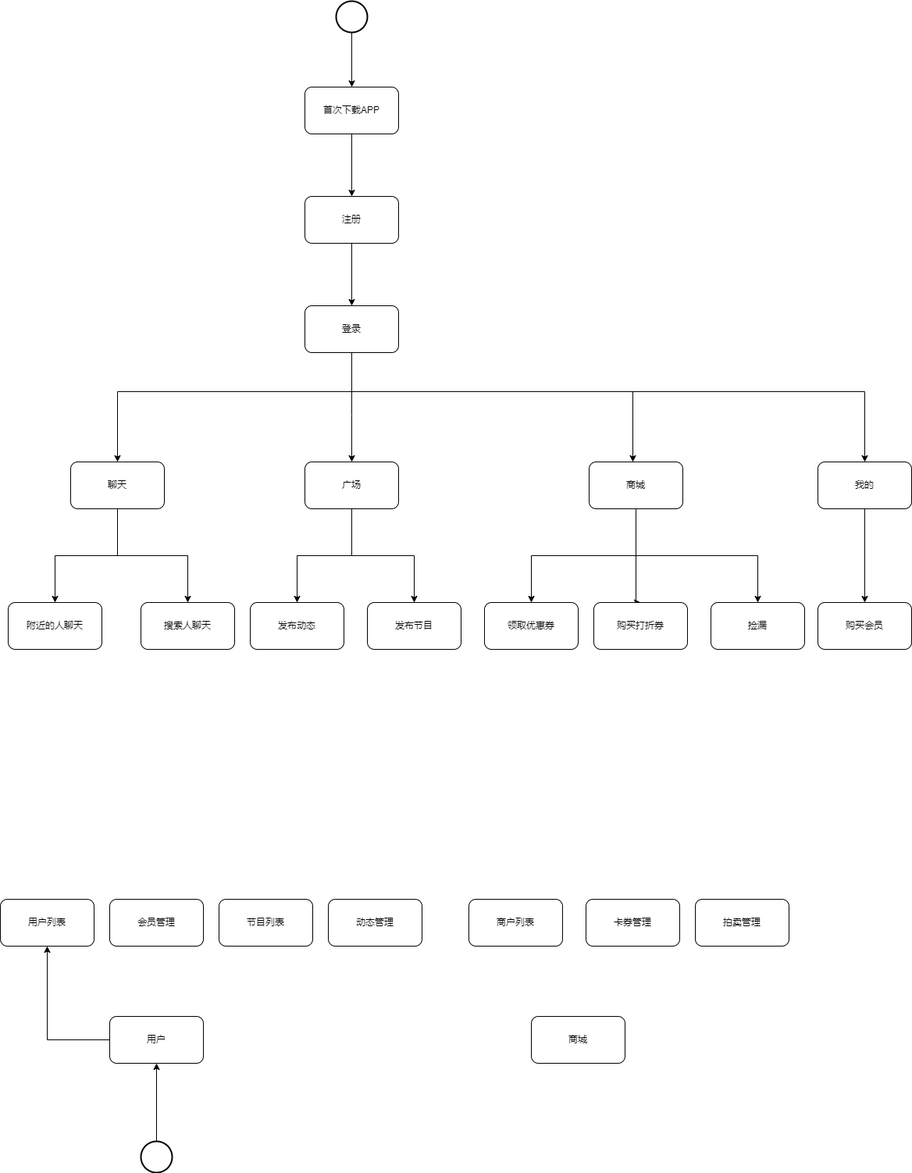
Earlier version of the draw.io export Untitled Diagram.drawio.png (suibianlx/business_architect). Source tidied: cells renumbered, new cells last; positions are measured from the earlier drawing's top-left corner, leaving out a move shared by most shapes.
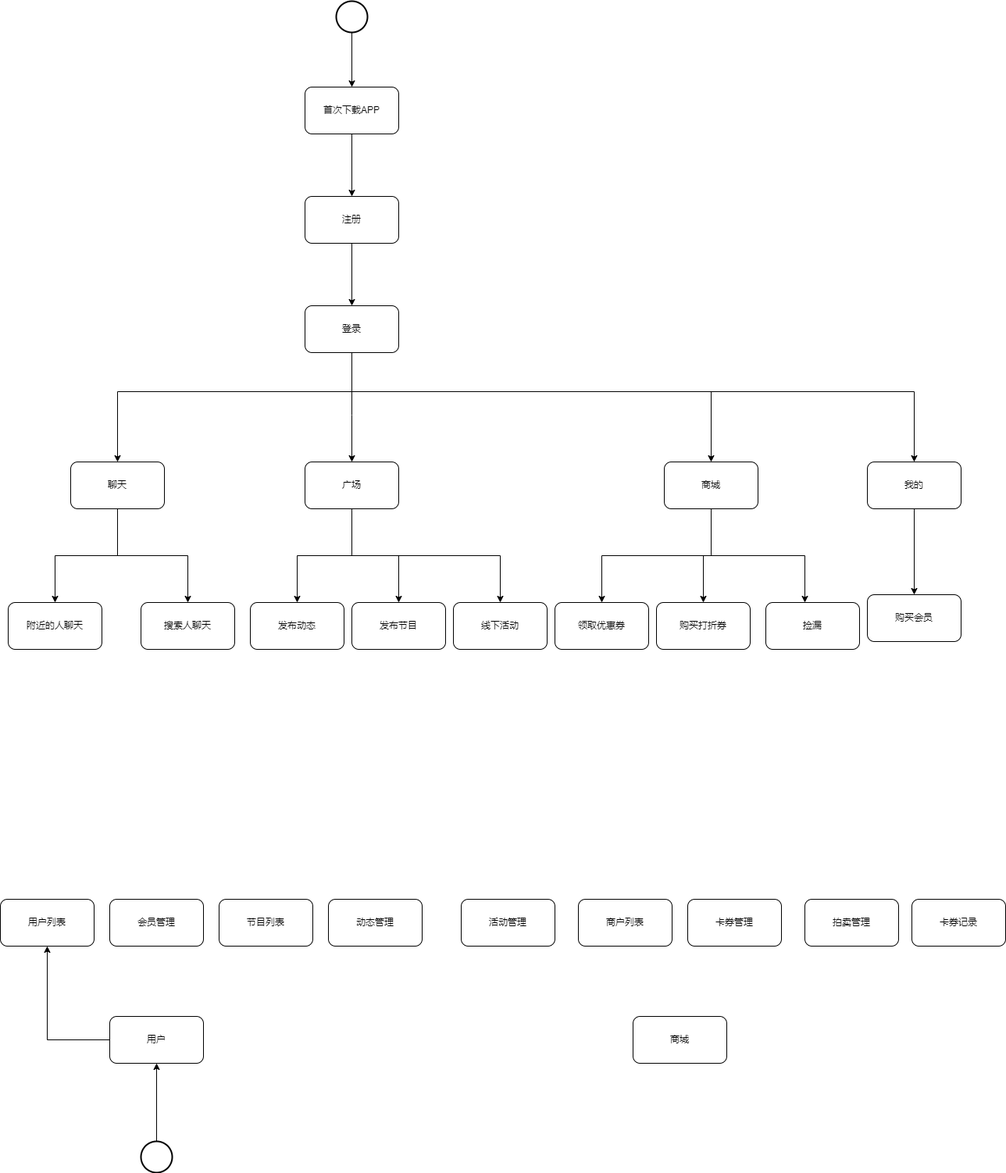
Above is the later version.

Change to the diagram source:
```diff
@@ -32,7 +32,7 @@
       <mxGeometry relative="1" as="geometry">
         <Array as="points">
           <mxPoint x="450" y="500" />
-          <mxPoint x="810" y="500" />
+          <mxPoint x="910" y="500" />
         </Array>
       </mxGeometry>
     </mxCell>
@@ -48,7 +48,7 @@
       <mxGeometry relative="1" as="geometry">
         <Array as="points">
           <mxPoint x="450" y="500" />
-          <mxPoint x="1107" y="500" />
+          <mxPoint x="1170" y="500" />
         </Array>
       </mxGeometry>
     </mxCell>
@@ -67,40 +67,44 @@
     <mxCell id="16" style="edgeStyle=orthogonalEdgeStyle;rounded=0;jettySize=auto;html=1;entryX=0.5;entryY=0;entryDx=0;entryDy=0;" parent="1" edge="1" source="17" target="28">
       <mxGeometry relative="1" as="geometry" />
     </mxCell>
+    <mxCell id="45" style="edgeStyle=orthogonalEdgeStyle;rounded=0;jettySize=auto;html=1;entryX=0.5;entryY=0;entryDx=0;entryDy=0;" parent="1" edge="1" source="17" target="48">
+      <mxGeometry relative="1" as="geometry">
+        <Array as="points">
+          <mxPoint x="450" y="710" />
+          <mxPoint x="640" y="710" />
+        </Array>
+      </mxGeometry>
+    </mxCell>
     <mxCell id="17" value="广场" style="rounded=1;whiteSpace=wrap;html=1;" parent="1" vertex="1">
       <mxGeometry x="390" y="590" width="120" height="60" as="geometry" />
     </mxCell>
+    <mxCell id="20" style="edgeStyle=orthogonalEdgeStyle;rounded=0;jettySize=auto;html=1;" parent="1" edge="1" source="21" target="29">
+      <mxGeometry relative="1" as="geometry">
+        <Array as="points">
+          <mxPoint x="910" y="710" />
+          <mxPoint x="1030" y="710" />
+        </Array>
+      </mxGeometry>
+    </mxCell>
+    <mxCell id="19" style="edgeStyle=orthogonalEdgeStyle;rounded=0;jettySize=auto;html=1;" parent="1" edge="1" source="21" target="23">
+      <mxGeometry relative="1" as="geometry" />
+    </mxCell>
-    <mxCell id="18" style="edgeStyle=orthogonalEdgeStyle;rounded=0;jettySize=auto;html=1;entryX=0.5;entryY=0;entryDx=0;entryDy=0;" parent="1" edge="1" source="21" target="22">
+    <mxCell id="18" style="edgeStyle=orthogonalEdgeStyle;rounded=0;jettySize=auto;html=1;" parent="1" edge="1" source="21" target="22">
       <mxGeometry relative="1" as="geometry">
         <Array as="points">
-          <mxPoint x="814" y="710" />
-          <mxPoint x="680" y="710" />
+          <mxPoint x="910" y="710" />
+          <mxPoint x="770" y="710" />
         </Array>
       </mxGeometry>
     </mxCell>
-    <mxCell id="19" style="edgeStyle=orthogonalEdgeStyle;rounded=0;jettySize=auto;html=1;entryX=0.5;entryY=0;entryDx=0;entryDy=0;" parent="1" edge="1" source="21" target="23">
-      <mxGeometry relative="1" as="geometry">
-        <Array as="points">
-          <mxPoint x="814" y="770" />
-        </Array>
-      </mxGeometry>
-    </mxCell>
-    <mxCell id="20" style="edgeStyle=orthogonalEdgeStyle;rounded=0;jettySize=auto;html=1;" parent="1" edge="1" source="21" target="29">
-      <mxGeometry relative="1" as="geometry">
-        <Array as="points">
-          <mxPoint x="814" y="710" />
-          <mxPoint x="970" y="710" />
-        </Array>
-      </mxGeometry>
-    </mxCell>
     <mxCell id="21" value="商城" style="rounded=1;whiteSpace=wrap;html=1;" parent="1" vertex="1">
-      <mxGeometry x="754" y="590" width="120" height="60" as="geometry" />
+      <mxGeometry x="850" y="590" width="120" height="60" as="geometry" />
     </mxCell>
     <mxCell id="22" value="领取优惠券" style="rounded=1;whiteSpace=wrap;html=1;" parent="1" vertex="1">
-      <mxGeometry x="620" y="770" width="120" height="60" as="geometry" />
+      <mxGeometry x="710" y="770" width="120" height="60" as="geometry" />
     </mxCell>
     <mxCell id="23" value="购买打折券" style="rounded=1;whiteSpace=wrap;html=1;" parent="1" vertex="1">
-      <mxGeometry x="760" y="770" width="120" height="60" as="geometry" />
+      <mxGeometry x="840" y="770" width="120" height="60" as="geometry" />
     </mxCell>
     <mxCell id="24" style="edgeStyle=orthogonalEdgeStyle;rounded=0;jettySize=auto;html=1;entryX=0.5;entryY=0;entryDx=0;entryDy=0;" parent="1" edge="1" source="26" target="13">
       <mxGeometry relative="1" as="geometry" />
@@ -115,19 +119,19 @@
       <mxGeometry x="320" y="770" width="120" height="60" as="geometry" />
     </mxCell>
     <mxCell id="28" value="发布节目" style="rounded=1;whiteSpace=wrap;html=1;" parent="1" vertex="1">
-      <mxGeometry x="470" y="770" width="120" height="60" as="geometry" />
+      <mxGeometry x="450" y="770" width="120" height="60" as="geometry" />
     </mxCell>
     <mxCell id="29" value="捡漏" style="rounded=1;whiteSpace=wrap;html=1;" parent="1" vertex="1">
-      <mxGeometry x="910" y="770" width="120" height="60" as="geometry" />
+      <mxGeometry x="980" y="770" width="120" height="60" as="geometry" />
     </mxCell>
     <mxCell id="30" style="edgeStyle=orthogonalEdgeStyle;rounded=0;jettySize=auto;html=1;" parent="1" edge="1" source="31" target="32">
       <mxGeometry relative="1" as="geometry" />
     </mxCell>
     <mxCell id="31" value="我的" style="rounded=1;whiteSpace=wrap;html=1;" parent="1" vertex="1">
-      <mxGeometry x="1047" y="590" width="120" height="60" as="geometry" />
+      <mxGeometry x="1110" y="590" width="120" height="60" as="geometry" />
     </mxCell>
     <mxCell id="32" value="购买会员" style="rounded=1;whiteSpace=wrap;html=1;" parent="1" vertex="1">
-      <mxGeometry x="1047" y="770" width="120" height="60" as="geometry" />
+      <mxGeometry x="1110" y="760" width="120" height="60" as="geometry" />
     </mxCell>
     <mxCell id="33" style="edgeStyle=orthogonalEdgeStyle;rounded=0;jettySize=auto;html=1;" parent="1" edge="1" source="34" target="37">
       <mxGeometry relative="1" as="geometry" />
@@ -154,16 +158,25 @@
       <mxGeometry x="420" y="1150" width="120" height="60" as="geometry" />
     </mxCell>
     <mxCell id="41" value="商城" style="rounded=1;whiteSpace=wrap;html=1;" parent="1" vertex="1">
-      <mxGeometry x="680" y="1300" width="120" height="60" as="geometry" />
+      <mxGeometry x="810" y="1300" width="120" height="60" as="geometry" />
     </mxCell>
     <mxCell id="42" value="商户列表" style="rounded=1;whiteSpace=wrap;html=1;" parent="1" vertex="1">
-      <mxGeometry x="600" y="1150" width="120" height="60" as="geometry" />
+      <mxGeometry x="740" y="1150" width="120" height="60" as="geometry" />
     </mxCell>
     <mxCell id="43" value="卡券管理" style="rounded=1;whiteSpace=wrap;html=1;" parent="1" vertex="1">
-      <mxGeometry x="750" y="1150" width="120" height="60" as="geometry" />
+      <mxGeometry x="880" y="1150" width="120" height="60" as="geometry" />
     </mxCell>
     <mxCell id="44" value="拍卖管理" style="rounded=1;whiteSpace=wrap;html=1;" parent="1" vertex="1">
-      <mxGeometry x="890" y="1150" width="120" height="60" as="geometry" />
+      <mxGeometry x="1030" y="1150" width="120" height="60" as="geometry" />
     </mxCell>
+    <mxCell id="46" value="卡券记录" style="rounded=1;whiteSpace=wrap;html=1;" parent="1" vertex="1">
+      <mxGeometry x="1167" y="1150" width="120" height="60" as="geometry" />
+    </mxCell>
+    <mxCell id="47" value="活动管理" style="rounded=1;whiteSpace=wrap;html=1;" parent="1" vertex="1">
+      <mxGeometry x="590" y="1150" width="120" height="60" as="geometry" />
+    </mxCell>
+    <mxCell id="48" value="线下活动" style="rounded=1;whiteSpace=wrap;html=1;" parent="1" vertex="1">
+      <mxGeometry x="580" y="770" width="120" height="60" as="geometry" />
+    </mxCell>
   </root>
 </mxGraphModel>
```
